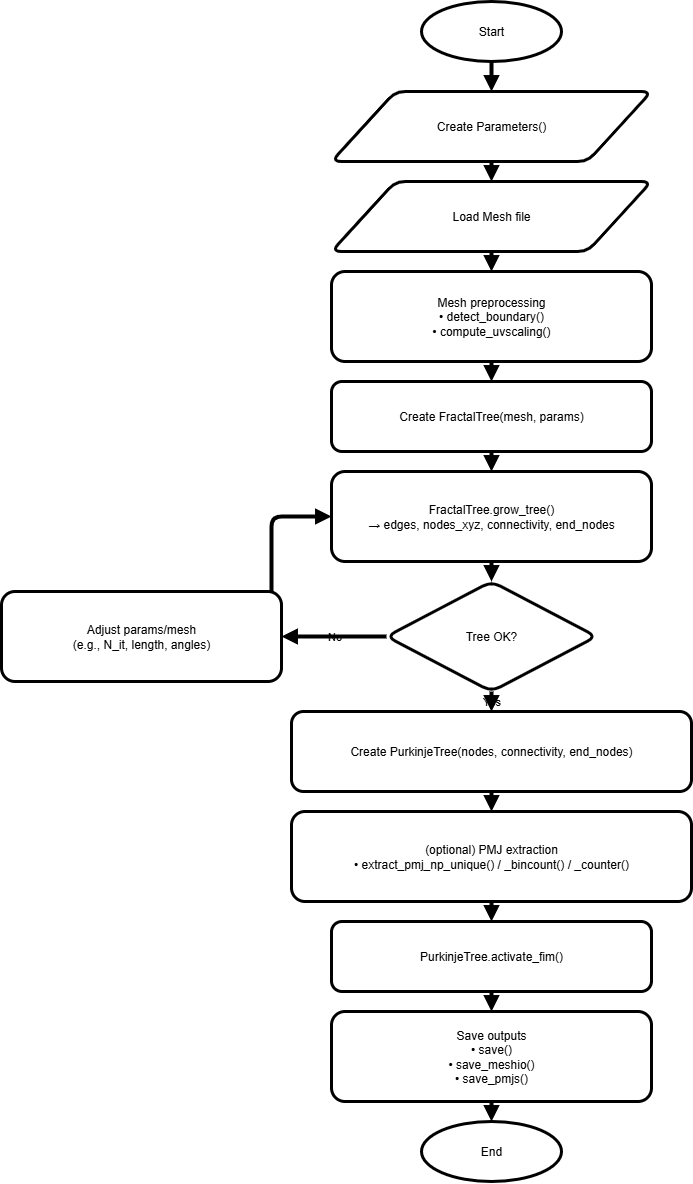
Above: docs/images/workflow_drawio.png in ricardogr07/PurkinjeUV (draw.io), before the change. Source tidied: cells renumbered, new cells last; positions are measured from the earlier drawing's top-left corner, leaving out a move shared by most shapes.
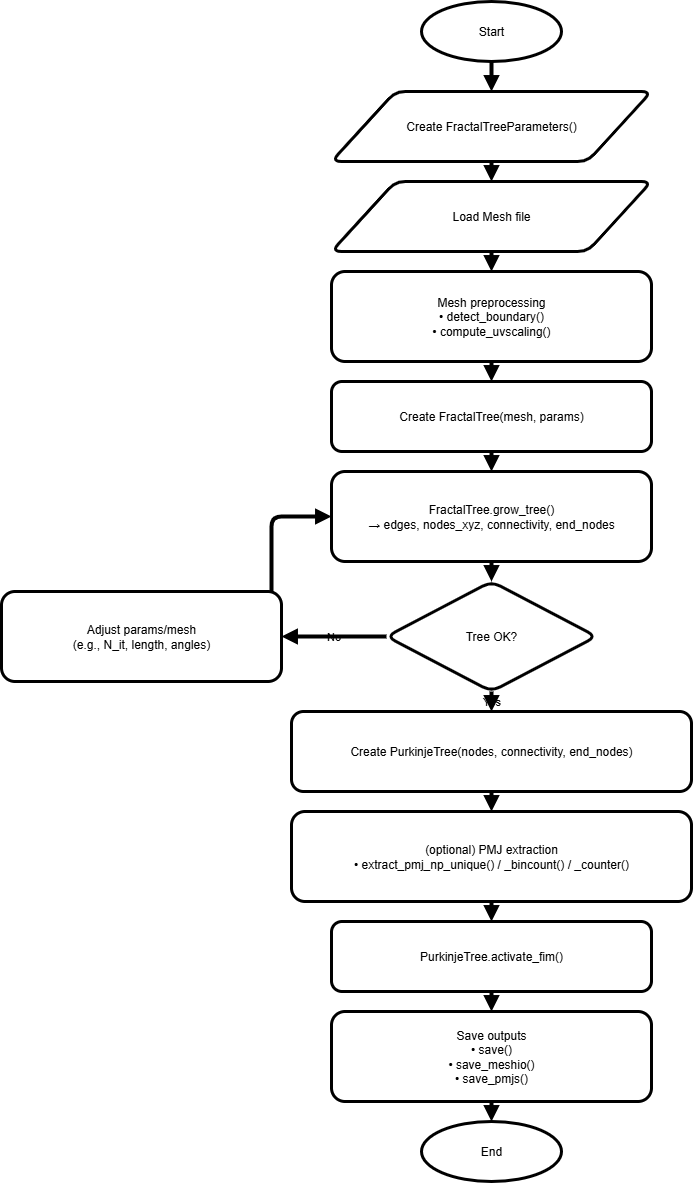
Above is the later version.

Diff of the diagram source:
```diff
@@ -5,7 +5,7 @@
     <mxCell id="2" value="Start" style="shape=ellipse;whiteSpace=wrap;html=1;align=center;verticalAlign=middle;strokeWidth=3;labelBackgroundColor=none;rounded=1;" parent="1" vertex="1">
       <mxGeometry x="420" width="140" height="60" as="geometry" />
     </mxCell>
-    <mxCell id="3" value="Create Parameters()" style="shape=parallelogram;whiteSpace=wrap;html=1;align=center;verticalAlign=middle;strokeWidth=3;labelBackgroundColor=none;rounded=1;" parent="1" vertex="1">
+    <mxCell id="3" value="Create FractalTreeParameters()" style="shape=parallelogram;whiteSpace=wrap;html=1;align=center;verticalAlign=middle;strokeWidth=3;labelBackgroundColor=none;rounded=1;" parent="1" vertex="1">
       <mxGeometry x="330" y="90" width="320" height="70" as="geometry" />
     </mxCell>
     <mxCell id="4" value="Load Mesh file" style="shape=parallelogram;whiteSpace=wrap;html=1;align=center;verticalAlign=middle;strokeWidth=3;labelBackgroundColor=none;rounded=1;" parent="1" vertex="1">
```
